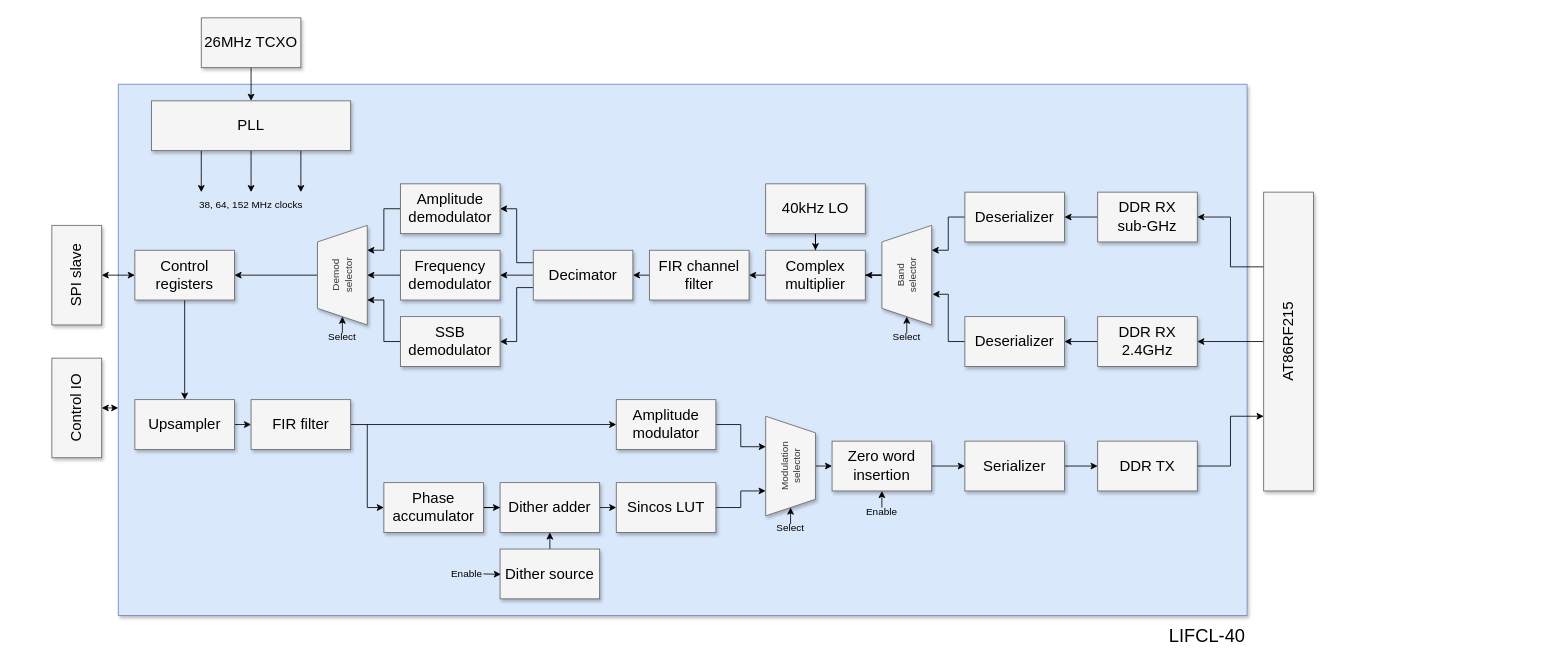
Before: OpenHT-fpga.drawio in M17-Project/OpenHT-fpga, a draw.io diagram. Source tidied: cells renumbered, new cells numbered last; positions are measured from the earlier drawing's top-left corner, leaving out a move shared by most shapes. Both pictures are drawn from the tidied source at 83%, with x=0, y=0 at pixel (27, 17).
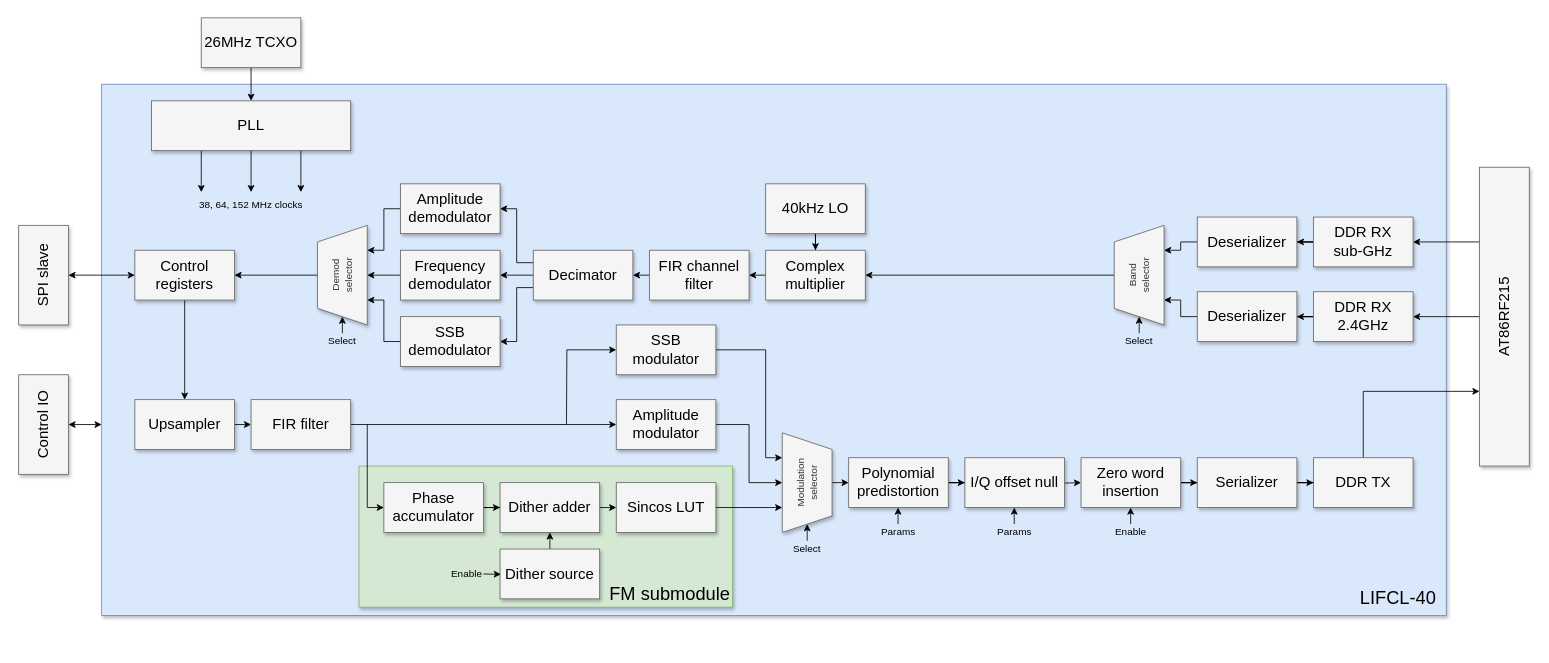
The same diagram, later.

Unchanged cells that the change refers to:
```xml
<mxCell id="29" value="Amplitude modulator" style="whiteSpace=wrap;html=1;shadow=1;fontSize=18;fillColor=#f5f5f5;strokeColor=#666666;" parent="1" vertex="1">
  <mxGeometry x="710" y="460" width="120" height="60" as="geometry" />
</mxCell>
<mxCell id="31" value="Control registers" style="whiteSpace=wrap;html=1;shadow=1;fontSize=18;fillColor=#f5f5f5;strokeColor=#666666;" parent="1" vertex="1">
  <mxGeometry x="130" y="280" width="120" height="60" as="geometry" />
</mxCell>
<mxCell id="39" value="Complex multiplier" style="whiteSpace=wrap;html=1;shadow=1;fontSize=18;fillColor=#f5f5f5;strokeColor=#666666;glass=0;" parent="1" vertex="1">
  <mxGeometry x="890" y="280" width="120" height="60" as="geometry" />
</mxCell>
```

What changed in the source:
```diff
@@
     <mxCell id="2" style="rounded=0;whiteSpace=wrap;html=1;shadow=1;glass=0;fillColor=#dae8fc;strokeColor=#6c8ebf;" parent="1" vertex="1">
-      <mxGeometry x="110" y="80" width="1360" height="640" as="geometry" />
+      <mxGeometry x="90" y="80" width="1620" height="640" as="geometry" />
     </mxCell>
+    <mxCell id="81" style="rounded=0;whiteSpace=wrap;html=1;fillColor=#d5e8d4;strokeColor=#82b366;shadow=1;" parent="1" vertex="1">
+      <mxGeometry x="400" y="540" width="450" height="170" as="geometry" />
+    </mxCell>
@@
     <mxCell id="4" value="DDR RX&lt;br&gt;sub-GHz" style="whiteSpace=wrap;html=1;shadow=1;fontSize=18;fillColor=#f5f5f5;strokeColor=#666666;" parent="1" vertex="1">
-      <mxGeometry x="1290" y="210" width="120" height="60" as="geometry" />
+      <mxGeometry x="1550" y="240" width="120" height="60" as="geometry" />
     </mxCell>
@@
     <mxCell id="6" value="DDR RX&lt;br&gt;2.4GHz" style="whiteSpace=wrap;html=1;shadow=1;fontSize=18;fillColor=#f5f5f5;strokeColor=#666666;" parent="1" vertex="1">
-      <mxGeometry x="1290" y="360" width="120" height="60" as="geometry" />
+      <mxGeometry x="1550" y="330" width="120" height="60" as="geometry" />
     </mxCell>
-    <mxCell id="7" style="edgeStyle=orthogonalEdgeStyle;rounded=0;jettySize=auto;html=1;exitX=1;exitY=0.5;exitDx=0;exitDy=0;entryX=0.25;entryY=0;entryDx=0;entryDy=0;" parent="1" edge="1" source="8" target="21">
+    <mxCell id="7" style="edgeStyle=orthogonalEdgeStyle;rounded=0;jettySize=auto;html=1;exitX=0.5;exitY=0;exitDx=0;exitDy=0;entryX=0.25;entryY=0;entryDx=0;entryDy=0;startArrow=none;startFill=0;endArrow=classic;endFill=1;" parent="1" edge="1" source="8" target="21">
       <mxGeometry relative="1" as="geometry" />
     </mxCell>
     <mxCell id="8" value="DDR TX" style="whiteSpace=wrap;html=1;shadow=1;fontSize=18;fillColor=#f5f5f5;strokeColor=#666666;" parent="1" vertex="1">
-      <mxGeometry x="1290" y="510" width="120" height="60" as="geometry" />
+      <mxGeometry x="1550" y="530" width="120" height="60" as="geometry" />
     </mxCell>
@@
     <mxCell id="21" value="AT86RF215" style="whiteSpace=wrap;html=1;shadow=1;fontSize=18;fillColor=#f5f5f5;strokeColor=#666666;rotation=-90;" parent="1" vertex="1">
-      <mxGeometry x="1340" y="360" width="360" height="60" as="geometry" />
+      <mxGeometry x="1600" y="330" width="360" height="60" as="geometry" />
     </mxCell>
@@
-    <mxCell id="28" style="edgeStyle=orthogonalEdgeStyle;rounded=0;jettySize=auto;html=1;exitX=1;exitY=0.5;exitDx=0;exitDy=0;entryX=0.306;entryY=0.997;entryDx=0;entryDy=0;entryPerimeter=0;" parent="1" edge="1" source="29" target="37">
+    <mxCell id="28" style="edgeStyle=orthogonalEdgeStyle;rounded=0;jettySize=auto;html=1;exitX=1;exitY=0.5;exitDx=0;exitDy=0;entryX=0.5;entryY=1;entryDx=0;entryDy=0;startArrow=none;startFill=0;endArrow=classic;endFill=1;" parent="1" edge="1" source="29" target="37">
       <mxGeometry relative="1" as="geometry" />
     </mxCell>
@@
-    <mxCell id="32" style="edgeStyle=orthogonalEdgeStyle;rounded=0;jettySize=auto;html=1;exitX=0.5;exitY=1;exitDx=0;exitDy=0;entryX=0;entryY=0.5;entryDx=0;entryDy=0;startArrow=classic;startFill=1;" parent="1" edge="1" source="33" target="31">
+    <mxCell id="32" style="edgeStyle=orthogonalEdgeStyle;rounded=0;jettySize=auto;html=1;startArrow=classic;startFill=1;endArrow=classic;endFill=1;" parent="1" edge="1" source="33" target="31">
       <mxGeometry relative="1" as="geometry" />
     </mxCell>
     <mxCell id="33" value="SPI slave" style="whiteSpace=wrap;html=1;shadow=1;fontSize=18;fillColor=#f5f5f5;strokeColor=#666666;direction=east;rotation=-90;" parent="1" vertex="1">
-      <mxGeometry y="280" width="120" height="60" as="geometry" />
+      <mxGeometry x="-40" y="280" width="120" height="60" as="geometry" />
     </mxCell>
@@
-    <mxCell id="36" style="edgeStyle=orthogonalEdgeStyle;rounded=0;jettySize=auto;html=1;exitX=0.5;exitY=0;exitDx=0;exitDy=0;entryX=0;entryY=0.5;entryDx=0;entryDy=0;" parent="1" edge="1" source="37" target="63">
-      <mxGeometry relative="1" as="geometry" />
-    </mxCell>
+    <mxCell id="82" style="edgeStyle=orthogonalEdgeStyle;rounded=0;jettySize=auto;html=1;exitX=0.5;exitY=0;exitDx=0;exitDy=0;entryX=0;entryY=0.5;entryDx=0;entryDy=0;" parent="1" edge="1" source="37" target="85">
+      <mxGeometry relative="1" as="geometry" />
+    </mxCell>
     <mxCell id="37" value="Modulation&lt;br&gt;selector" style="shape=trapezoid;perimeter=trapezoidPerimeter;whiteSpace=wrap;html=1;fixedSize=1;fillColor=#f5f5f5;fontColor=#333333;strokeColor=#666666;shadow=1;direction=west;rotation=-90;" parent="1" vertex="1">
-      <mxGeometry x="860" y="510" width="120" height="60" as="geometry" />
+      <mxGeometry x="880" y="530" width="120" height="60" as="geometry" />
     </mxCell>
@@
-    <mxCell id="40" style="edgeStyle=orthogonalEdgeStyle;rounded=0;jettySize=auto;html=1;" parent="1" edge="1" source="41" target="39">
+    <mxCell id="40" style="edgeStyle=orthogonalEdgeStyle;rounded=0;jettySize=auto;html=1;exitX=0.5;exitY=0;exitDx=0;exitDy=0;entryX=1;entryY=0.5;entryDx=0;entryDy=0;startArrow=none;startFill=0;endArrow=classic;endFill=1;" parent="1" edge="1" source="41" target="39">
       <mxGeometry relative="1" as="geometry" />
     </mxCell>
     <mxCell id="41" value="Band&lt;br&gt;selector" style="shape=trapezoid;perimeter=trapezoidPerimeter;whiteSpace=wrap;html=1;fixedSize=1;fillColor=#f5f5f5;fontColor=#333333;strokeColor=#666666;shadow=1;direction=east;rotation=-90;" parent="1" vertex="1">
-      <mxGeometry x="1000" y="280" width="120" height="60" as="geometry" />
+      <mxGeometry x="1280" y="280" width="120" height="60" as="geometry" />
     </mxCell>
-    <mxCell id="42" style="edgeStyle=orthogonalEdgeStyle;rounded=0;jettySize=auto;html=1;exitX=0;exitY=0.5;exitDx=0;exitDy=0;entryX=0.75;entryY=1;entryDx=0;entryDy=0;" parent="1" edge="1" source="43" target="41">
+    <mxCell id="42" style="edgeStyle=orthogonalEdgeStyle;rounded=0;jettySize=auto;html=1;exitX=0;exitY=0.5;exitDx=0;exitDy=0;entryX=0.75;entryY=1;entryDx=0;entryDy=0;startArrow=none;startFill=0;endArrow=classic;endFill=1;" parent="1" edge="1" source="43" target="41">
       <mxGeometry relative="1" as="geometry" />
     </mxCell>
     <mxCell id="43" value="Deserializer" style="whiteSpace=wrap;html=1;shadow=1;fontSize=18;fillColor=#f5f5f5;strokeColor=#666666;glass=0;" parent="1" vertex="1">
-      <mxGeometry x="1130" y="210" width="120" height="60" as="geometry" />
+      <mxGeometry x="1410" y="240" width="120" height="60" as="geometry" />
     </mxCell>
-    <mxCell id="44" style="edgeStyle=orthogonalEdgeStyle;rounded=0;jettySize=auto;html=1;exitX=0;exitY=0.5;exitDx=0;exitDy=0;entryX=0.308;entryY=1.017;entryDx=0;entryDy=0;entryPerimeter=0;" parent="1" edge="1" source="45" target="41">
+    <mxCell id="44" style="edgeStyle=orthogonalEdgeStyle;rounded=0;jettySize=auto;html=1;exitX=0;exitY=0.5;exitDx=0;exitDy=0;entryX=0.25;entryY=1;entryDx=0;entryDy=0;startArrow=none;startFill=0;endArrow=classic;endFill=1;" parent="1" edge="1" source="45" target="41">
       <mxGeometry relative="1" as="geometry" />
     </mxCell>
     <mxCell id="45" value="Deserializer" style="whiteSpace=wrap;html=1;shadow=1;fontSize=18;fillColor=#f5f5f5;strokeColor=#666666;glass=0;" parent="1" vertex="1">
-      <mxGeometry x="1130" y="360" width="120" height="60" as="geometry" />
+      <mxGeometry x="1410" y="330" width="120" height="60" as="geometry" />
     </mxCell>
@@
     <mxCell id="63" value="Zero word&lt;br&gt;insertion" style="whiteSpace=wrap;html=1;shadow=1;fontSize=18;fillColor=#f5f5f5;strokeColor=#666666;glass=0;" parent="1" vertex="1">
-      <mxGeometry x="970" y="510" width="120" height="60" as="geometry" />
+      <mxGeometry x="1270" y="530" width="120" height="60" as="geometry" />
     </mxCell>
@@
     <mxCell id="65" value="Serializer" style="whiteSpace=wrap;html=1;shadow=1;fontSize=18;fillColor=#f5f5f5;strokeColor=#666666;glass=0;" parent="1" vertex="1">
-      <mxGeometry x="1130" y="510" width="120" height="60" as="geometry" />
+      <mxGeometry x="1410" y="530" width="120" height="60" as="geometry" />
     </mxCell>
@@
     <mxCell id="69" style="edgeStyle=orthogonalEdgeStyle;rounded=0;orthogonalLoop=1;jettySize=auto;html=1;" parent="1" edge="1">
       <mxGeometry relative="1" as="geometry">
-        <mxPoint x="920" y="610" as="sourcePoint" />
-        <mxPoint x="920" y="590" as="targetPoint" />
+        <mxPoint x="940" y="630" as="sourcePoint" />
+        <mxPoint x="940" y="610" as="targetPoint" />
       </mxGeometry>
     </mxCell>
     <mxCell id="70" value="Select" style="text;html=1;strokeColor=none;fillColor=none;align=center;verticalAlign=middle;whiteSpace=wrap;rounded=0;" parent="1" vertex="1">
-      <mxGeometry x="820" y="600" width="200" height="30" as="geometry" />
+      <mxGeometry x="840" y="625" width="200" height="30" as="geometry" />
     </mxCell>
     <mxCell id="71" style="edgeStyle=orthogonalEdgeStyle;rounded=0;orthogonalLoop=1;jettySize=auto;html=1;" parent="1" edge="1">
       <mxGeometry relative="1" as="geometry">
-        <mxPoint x="1060" y="380" as="sourcePoint" />
-        <mxPoint x="1060" y="360" as="targetPoint" />
+        <mxPoint x="1340" y="380" as="sourcePoint" />
+        <mxPoint x="1340" y="360" as="targetPoint" />
       </mxGeometry>
     </mxCell>
     <mxCell id="72" value="Select" style="text;html=1;strokeColor=none;fillColor=none;align=center;verticalAlign=middle;whiteSpace=wrap;rounded=0;" parent="1" vertex="1">
-      <mxGeometry x="960" y="370" width="200" height="30" as="geometry" />
+      <mxGeometry x="1240" y="375" width="200" height="30" as="geometry" />
     </mxCell>
     <mxCell id="73" style="edgeStyle=orthogonalEdgeStyle;rounded=0;orthogonalLoop=1;jettySize=auto;html=1;" parent="1" edge="1">
       <mxGeometry relative="1" as="geometry">
-        <mxPoint x="1030" y="590" as="sourcePoint" />
-        <mxPoint x="1030" y="570" as="targetPoint" />
+        <mxPoint x="1329.7" y="610" as="sourcePoint" />
+        <mxPoint x="1329.7" y="590" as="targetPoint" />
       </mxGeometry>
     </mxCell>
     <mxCell id="74" value="Enable" style="text;html=1;strokeColor=none;fillColor=none;align=center;verticalAlign=middle;whiteSpace=wrap;rounded=0;" parent="1" vertex="1">
-      <mxGeometry x="930" y="580" width="200" height="30" as="geometry" />
+      <mxGeometry x="1230" y="605" width="200" height="30" as="geometry" />
     </mxCell>
-    <mxCell id="75" style="edgeStyle=orthogonalEdgeStyle;rounded=0;jettySize=auto;html=1;startArrow=classic;startFill=1;" parent="1" edge="1" source="76">
-      <mxGeometry relative="1" as="geometry">
-        <mxPoint x="110" y="470" as="targetPoint" />
-      </mxGeometry>
-    </mxCell>
+    <mxCell id="83" style="edgeStyle=orthogonalEdgeStyle;rounded=0;jettySize=auto;html=1;startArrow=classic;startFill=1;endArrow=classic;endFill=1;" parent="1" edge="1" source="76">
+      <mxGeometry relative="1" as="geometry">
+        <mxPoint x="90" y="490" as="targetPoint" />
+      </mxGeometry>
+    </mxCell>
     <mxCell id="76" value="Control IO" style="whiteSpace=wrap;html=1;shadow=1;fontSize=18;fillColor=#f5f5f5;strokeColor=#666666;direction=east;rotation=-90;" parent="1" vertex="1">
-      <mxGeometry y="440" width="120" height="60" as="geometry" />
+      <mxGeometry x="-40" y="460" width="120" height="60" as="geometry" />
     </mxCell>
@@
     <mxCell id="78" value="Select" style="text;html=1;strokeColor=none;fillColor=none;align=center;verticalAlign=middle;whiteSpace=wrap;rounded=0;" parent="1" vertex="1">
-      <mxGeometry x="280" y="370" width="200" height="30" as="geometry" />
+      <mxGeometry x="280" y="375" width="200" height="30" as="geometry" />
     </mxCell>
@@
     <mxCell id="80" value="LIFCL-40" style="text;html=1;strokeColor=none;fillColor=none;align=right;verticalAlign=middle;whiteSpace=wrap;rounded=0;fontSize=22;" parent="1" vertex="1">
-      <mxGeometry x="1270" y="730" width="200" height="30" as="geometry" />
+      <mxGeometry x="1500" y="685" width="200" height="30" as="geometry" />
     </mxCell>
+    <mxCell id="84" style="edgeStyle=orthogonalEdgeStyle;rounded=0;jettySize=auto;html=1;exitX=1;exitY=0.5;exitDx=0;exitDy=0;" parent="1" edge="1" source="85" target="87">
+      <mxGeometry relative="1" as="geometry" />
+    </mxCell>
+    <mxCell id="85" value="Polynomial predistortion" style="whiteSpace=wrap;html=1;shadow=1;fontSize=18;fillColor=#f5f5f5;strokeColor=#666666;glass=0;" parent="1" vertex="1">
+      <mxGeometry x="990" y="530" width="120" height="60" as="geometry" />
+    </mxCell>
+    <mxCell id="86" style="edgeStyle=orthogonalEdgeStyle;rounded=0;jettySize=auto;html=1;startArrow=none;startFill=0;endArrow=classic;endFill=1;" parent="1" edge="1" target="63">
+      <mxGeometry relative="1" as="geometry">
+        <mxPoint x="1230" y="560" as="sourcePoint" />
+      </mxGeometry>
+    </mxCell>
+    <mxCell id="87" value="I/Q offset null" style="whiteSpace=wrap;html=1;shadow=1;fontSize=18;fillColor=#f5f5f5;strokeColor=#666666;glass=0;" parent="1" vertex="1">
+      <mxGeometry x="1130" y="530" width="120" height="60" as="geometry" />
+    </mxCell>
+    <mxCell id="88" style="edgeStyle=orthogonalEdgeStyle;rounded=0;jettySize=auto;html=1;exitX=0;exitY=0.5;exitDx=0;exitDy=0;endArrow=none;endFill=0;startArrow=classic;startFill=1;" parent="1" edge="1" source="90">
+      <mxGeometry relative="1" as="geometry">
+        <mxPoint x="650" y="490" as="targetPoint" />
+      </mxGeometry>
+    </mxCell>
+    <mxCell id="89" style="edgeStyle=orthogonalEdgeStyle;rounded=0;jettySize=auto;html=1;exitX=1;exitY=0.5;exitDx=0;exitDy=0;entryX=0.25;entryY=1;entryDx=0;entryDy=0;startArrow=none;startFill=0;endArrow=classic;endFill=1;" parent="1" edge="1" source="90" target="37">
+      <mxGeometry relative="1" as="geometry">
+        <Array as="points">
+          <mxPoint x="890" y="400" />
+          <mxPoint x="890" y="530" />
+        </Array>
+      </mxGeometry>
+    </mxCell>
+    <mxCell id="90" value="SSB modulator" style="whiteSpace=wrap;html=1;shadow=1;fontSize=18;fillColor=#f5f5f5;strokeColor=#666666;" parent="1" vertex="1">
+      <mxGeometry x="710" y="370" width="120" height="60" as="geometry" />
+    </mxCell>
+    <mxCell id="91" value="FM submodule" style="text;html=1;strokeColor=none;fillColor=none;align=left;verticalAlign=middle;whiteSpace=wrap;rounded=0;fontSize=22;" parent="1" vertex="1">
+      <mxGeometry x="700" y="680" width="250" height="30" as="geometry" />
+    </mxCell>
+    <mxCell id="92" style="edgeStyle=orthogonalEdgeStyle;rounded=0;orthogonalLoop=1;jettySize=auto;html=1;" parent="1" edge="1">
+      <mxGeometry relative="1" as="geometry">
+        <mxPoint x="1049.5" y="610" as="sourcePoint" />
+        <mxPoint x="1049.5" y="590" as="targetPoint" />
+      </mxGeometry>
+    </mxCell>
+    <mxCell id="93" value="Params" style="text;html=1;strokeColor=none;fillColor=none;align=center;verticalAlign=middle;whiteSpace=wrap;rounded=0;" parent="1" vertex="1">
+      <mxGeometry x="950" y="605" width="200" height="30" as="geometry" />
+    </mxCell>
+    <mxCell id="94" style="edgeStyle=orthogonalEdgeStyle;rounded=0;orthogonalLoop=1;jettySize=auto;html=1;" parent="1" edge="1">
+      <mxGeometry relative="1" as="geometry">
+        <mxPoint x="1189.5" y="610" as="sourcePoint" />
+        <mxPoint x="1189.5" y="590" as="targetPoint" />
+      </mxGeometry>
+    </mxCell>
+    <mxCell id="95" value="Params" style="text;html=1;strokeColor=none;fillColor=none;align=center;verticalAlign=middle;whiteSpace=wrap;rounded=0;" parent="1" vertex="1">
+      <mxGeometry x="1090" y="605" width="200" height="30" as="geometry" />
+    </mxCell>
```
